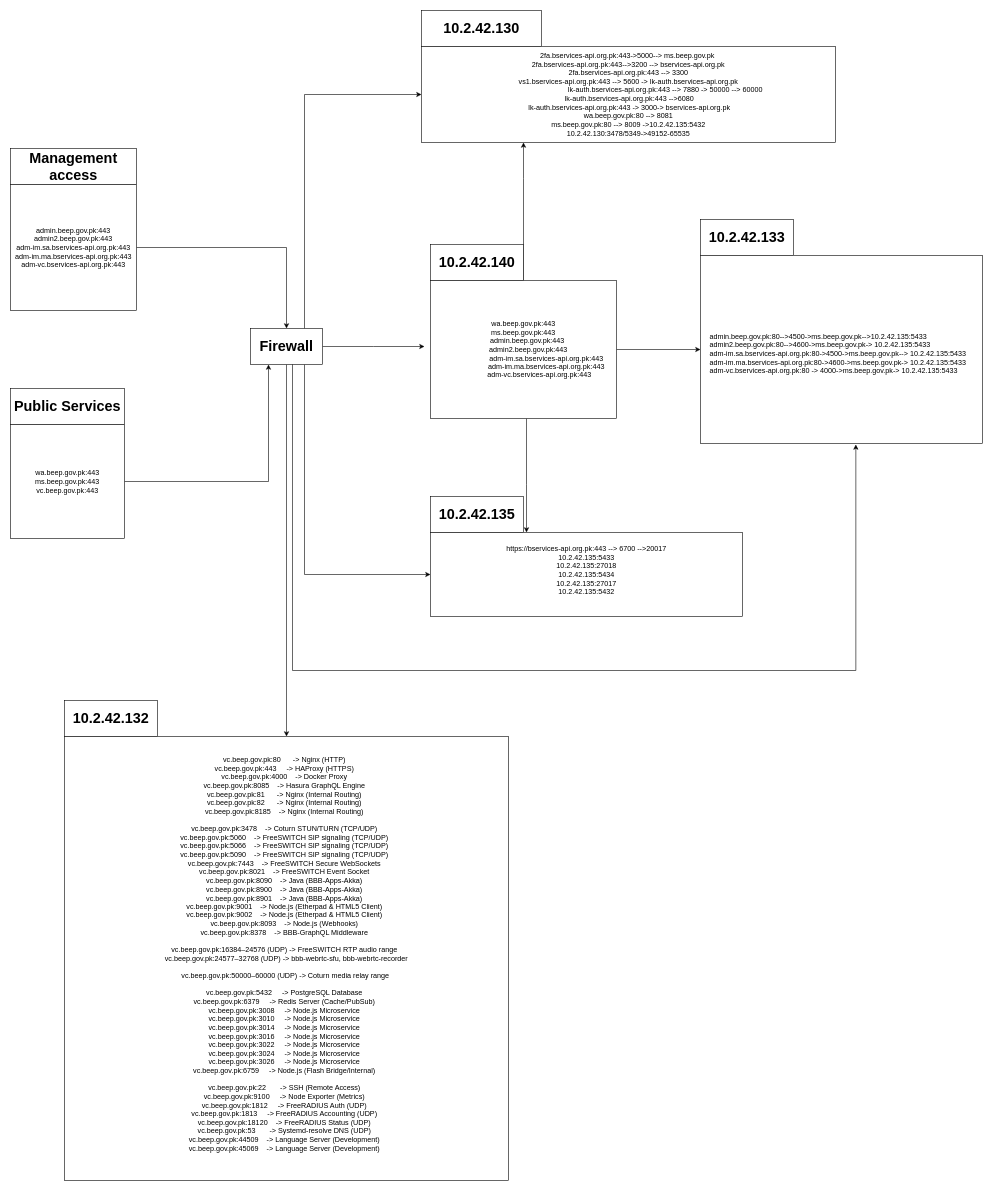
The draw.io diagram Untitled Diagram.drawio in Ahmer-rehman/backend, before the edit. Source tidied: cells renumbered, new cells numbered last; positions are measured from the earlier drawing's top-left corner, leaving out a move shared by most shapes. Both pictures are drawn from the tidied source at 60%, with x=0, y=0 at pixel (10, 10).
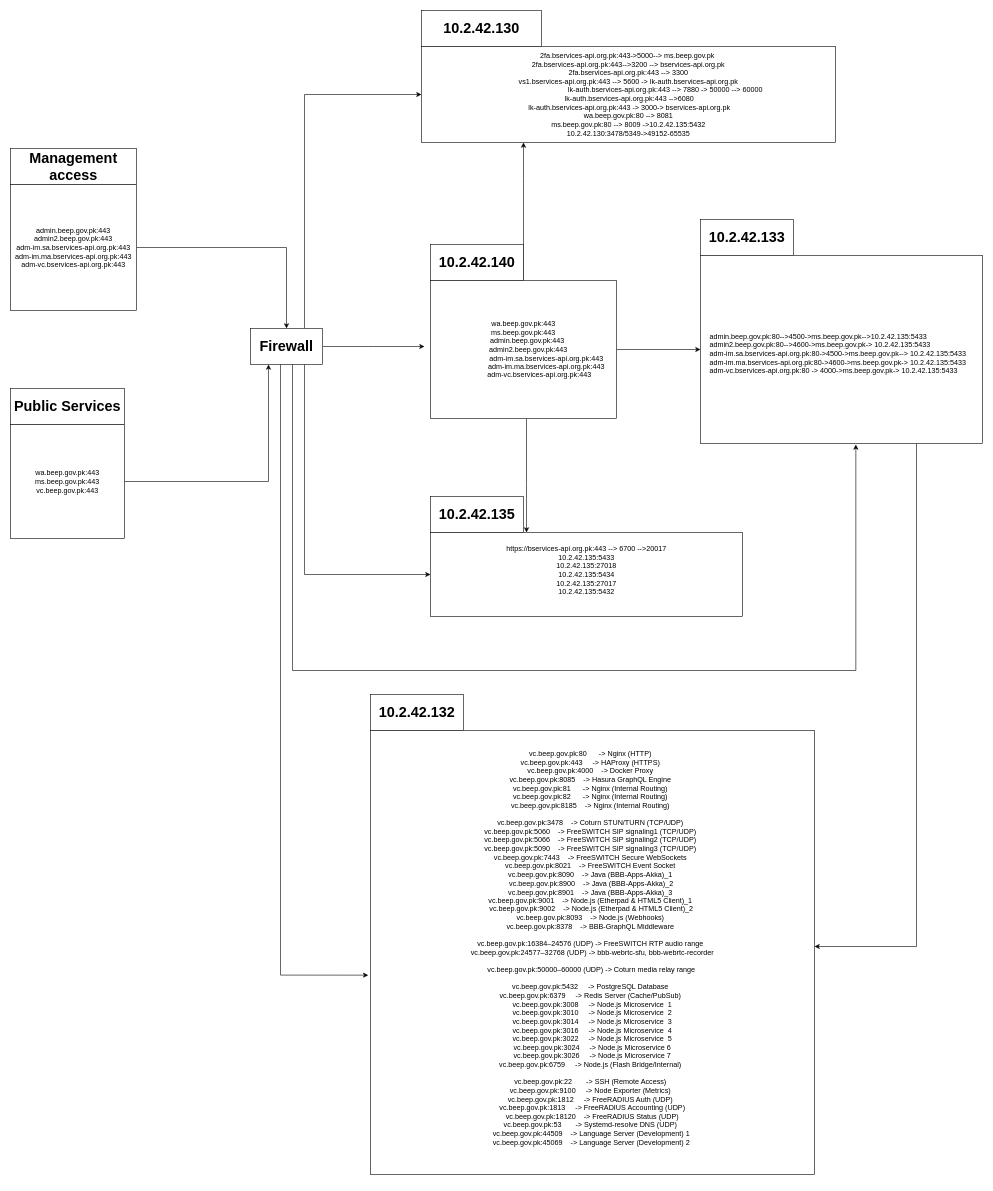
The same diagram, later.

The change refers to these unchanged cells:
```xml
<mxCell id="8" value="&lt;br&gt;&lt;div&gt;&amp;nbsp; &amp;nbsp; admin.beep.gov.pk:80--&amp;gt;4500-&amp;gt;ms.beep.gov.pk--&amp;gt;10.2.42.135:5433&lt;/div&gt;&lt;div&gt;&amp;nbsp; &amp;nbsp; admin2.beep.gov.pk:80--&amp;gt;4600-&amp;gt;ms.beep.gov.pk-&amp;gt; 10.2.42.135:5433&lt;/div&gt;&lt;div&gt;&amp;nbsp; &amp;nbsp; adm-im.sa.bservices-api.org.pk:80-&amp;gt;4500-&amp;gt;ms.beep.gov.pk--&amp;gt; 10.2.42.135:5433&lt;/div&gt;&lt;div&gt;&amp;nbsp; &amp;nbsp; adm-im.ma.bservices-api.org.pk:80-&amp;gt;4600-&amp;gt;ms.beep.gov.pk-&amp;gt; 10.2.42.135:5433&lt;br&gt;&lt;/div&gt;&lt;div&gt;&amp;nbsp; &amp;nbsp; adm-vc.bservices-api.org.pk:80 -&amp;gt; 4000-&amp;gt;ms.beep.gov.pk-&amp;gt; 10.2.42.135:5433&lt;/div&gt;" style="rounded=0;whiteSpace=wrap;html=1;align=left;" parent="1" vertex="1">
  <mxGeometry x="1150" y="408.6" width="470" height="312.8" as="geometry" />
</mxCell>
<mxCell id="23" value="&lt;h1&gt;Firewall&lt;/h1&gt;" style="rounded=0;whiteSpace=wrap;html=1;" parent="1" vertex="1">
  <mxGeometry x="400" y="530" width="120" height="60" as="geometry" />
</mxCell>
```

Diff of the diagram source:
```diff
@@
+    <mxCell id="27" style="edgeStyle=orthogonalEdgeStyle;rounded=0;jettySize=auto;html=1;" parent="1" edge="1" source="8" target="25">
+      <mxGeometry relative="1" as="geometry">
+        <Array as="points">
+          <mxPoint x="1510" y="1560" />
+        </Array>
+      </mxGeometry>
+    </mxCell>
@@
-    <mxCell id="22" style="edgeStyle=orthogonalEdgeStyle;rounded=0;jettySize=auto;html=1;exitX=0.5;exitY=1;exitDx=0;exitDy=0;" parent="1" edge="1" source="23" target="25">
-      <mxGeometry relative="1" as="geometry" />
-    </mxCell>
@@
-    <mxCell id="25" value="&lt;div&gt;vc.beep.gov.pk:80 &amp;nbsp; &amp;nbsp; &amp;nbsp;-&amp;gt; Nginx (HTTP) &amp;nbsp;&lt;/div&gt;&lt;div&gt;vc.beep.gov.pk:443 &amp;nbsp; &amp;nbsp; -&amp;gt; HAProxy (HTTPS) &amp;nbsp;&lt;/div&gt;&lt;div&gt;vc.beep.gov.pk:4000 &amp;nbsp; &amp;nbsp;-&amp;gt; Docker Proxy &amp;nbsp;&lt;/div&gt;&lt;div&gt;vc.beep.gov.pk:8085 &amp;nbsp; &amp;nbsp;-&amp;gt; Hasura GraphQL Engine &amp;nbsp;&lt;/div&gt;&lt;div&gt;vc.beep.gov.pk:81 &amp;nbsp; &amp;nbsp; &amp;nbsp;-&amp;gt; Nginx (Internal Routing) &amp;nbsp;&lt;/div&gt;&lt;div&gt;vc.beep.gov.pk:82 &amp;nbsp; &amp;nbsp; &amp;nbsp;-&amp;gt; Nginx (Internal Routing) &amp;nbsp;&lt;/div&gt;&lt;div&gt;vc.beep.gov.pk:8185 &amp;nbsp; &amp;nbsp;-&amp;gt; Nginx (Internal Routing) &amp;nbsp;&lt;/div&gt;&lt;div&gt;&lt;br&gt;&lt;/div&gt;&lt;div&gt;vc.beep.gov.pk:3478 &amp;nbsp; &amp;nbsp;-&amp;gt; Coturn STUN/TURN (TCP/UDP) &amp;nbsp;&lt;/div&gt;&lt;div&gt;vc.beep.gov.pk:5060 &amp;nbsp; &amp;nbsp;-&amp;gt; FreeSWITCH SIP signaling (TCP/UDP) &amp;nbsp;&lt;/div&gt;&lt;div&gt;vc.beep.gov.pk:5066 &amp;nbsp; &amp;nbsp;-&amp;gt; FreeSWITCH SIP signaling (TCP/UDP) &amp;nbsp;&lt;/div&gt;&lt;div&gt;vc.beep.gov.pk:5090 &amp;nbsp; &amp;nbsp;-&amp;gt; FreeSWITCH SIP signaling (TCP/UDP) &amp;nbsp;&lt;/div&gt;&lt;div&gt;vc.beep.gov.pk:7443 &amp;nbsp; &amp;nbsp;-&amp;gt; FreeSWITCH Secure WebSockets &amp;nbsp;&lt;/div&gt;&lt;div&gt;vc.beep.gov.pk:8021 &amp;nbsp; &amp;nbsp;-&amp;gt; FreeSWITCH Event Socket &amp;nbsp;&lt;/div&gt;&lt;div&gt;vc.beep.gov.pk:8090 &amp;nbsp; &amp;nbsp;-&amp;gt; Java (BBB-Apps-Akka) &amp;nbsp;&lt;/div&gt;&lt;div&gt;vc.beep.gov.pk:8900 &amp;nbsp; &amp;nbsp;-&amp;gt; Java (BBB-Apps-Akka) &amp;nbsp;&lt;/div&gt;&lt;div&gt;vc.beep.gov.pk:8901 &amp;nbsp; &amp;nbsp;-&amp;gt; Java (BBB-Apps-Akka) &amp;nbsp;&lt;/div&gt;&lt;div&gt;vc.beep.gov.pk:9001 &amp;nbsp; &amp;nbsp;-&amp;gt; Node.js (Etherpad &amp;amp; HTML5 Client) &amp;nbsp;&lt;/div&gt;&lt;div&gt;vc.beep.gov.pk:9002 &amp;nbsp; &amp;nbsp;-&amp;gt; Node.js (Etherpad &amp;amp; HTML5 Client) &amp;nbsp;&lt;/div&gt;&lt;div&gt;vc.beep.gov.pk:8093 &amp;nbsp; &amp;nbsp;-&amp;gt; Node.js (Webhooks) &amp;nbsp;&lt;/div&gt;&lt;div&gt;vc.beep.gov.pk:8378 &amp;nbsp; &amp;nbsp;-&amp;gt; BBB-GraphQL Middleware &amp;nbsp;&lt;/div&gt;&lt;div&gt;&lt;br&gt;&lt;/div&gt;&lt;div&gt;vc.beep.gov.pk:16384–24576 (UDP) -&amp;gt; FreeSWITCH RTP audio range &amp;nbsp;&lt;/div&gt;&lt;div&gt;vc.beep.gov.pk:24577–32768 (UDP) -&amp;gt; bbb-webrtc-sfu, bbb-webrtc-recorder&lt;/div&gt;&lt;div&gt;&lt;br&gt;&lt;/div&gt;&lt;div&gt;vc.beep.gov.pk:50000–60000 (UDP) -&amp;gt; Coturn media relay range&amp;nbsp;&lt;/div&gt;&lt;div&gt;&lt;br&gt;&lt;/div&gt;&lt;div&gt;vc.beep.gov.pk:5432 &amp;nbsp; &amp;nbsp; -&amp;gt; PostgreSQL Database &amp;nbsp;&lt;/div&gt;&lt;div&gt;vc.beep.gov.pk:6379 &amp;nbsp; &amp;nbsp; -&amp;gt; Redis Server (Cache/PubSub) &amp;nbsp;&lt;/div&gt;&lt;div&gt;vc.beep.gov.pk:3008 &amp;nbsp; &amp;nbsp; -&amp;gt; Node.js Microservice &amp;nbsp;&lt;/div&gt;&lt;div&gt;vc.beep.gov.pk:3010 &amp;nbsp; &amp;nbsp; -&amp;gt; Node.js Microservice &amp;nbsp;&lt;/div&gt;&lt;div&gt;vc.beep.gov.pk:3014 &amp;nbsp; &amp;nbsp; -&amp;gt; Node.js Microservice &amp;nbsp;&lt;/div&gt;&lt;div&gt;vc.beep.gov.pk:3016 &amp;nbsp; &amp;nbsp; -&amp;gt; Node.js Microservice &amp;nbsp;&lt;/div&gt;&lt;div&gt;vc.beep.gov.pk:3022 &amp;nbsp; &amp;nbsp; -&amp;gt; Node.js Microservice &amp;nbsp;&lt;/div&gt;&lt;div&gt;vc.beep.gov.pk:3024 &amp;nbsp; &amp;nbsp; -&amp;gt; Node.js Microservice &amp;nbsp;&lt;/div&gt;&lt;div&gt;vc.beep.gov.pk:3026 &amp;nbsp; &amp;nbsp; -&amp;gt; Node.js Microservice &amp;nbsp;&lt;/div&gt;&lt;div&gt;vc.beep.gov.pk:6759 &amp;nbsp; &amp;nbsp; -&amp;gt; Node.js (Flash Bridge/Internal) &amp;nbsp;&lt;/div&gt;&lt;div&gt;&lt;br&gt;&lt;/div&gt;&lt;div&gt;vc.beep.gov.pk:22 &amp;nbsp; &amp;nbsp; &amp;nbsp; -&amp;gt; SSH (Remote Access) &amp;nbsp;&lt;/div&gt;&lt;div&gt;vc.beep.gov.pk:9100 &amp;nbsp; &amp;nbsp; -&amp;gt; Node Exporter (Metrics) &amp;nbsp;&lt;/div&gt;&lt;div&gt;vc.beep.gov.pk:1812 &amp;nbsp; &amp;nbsp; -&amp;gt; FreeRADIUS Auth (UDP) &amp;nbsp;&lt;/div&gt;&lt;div&gt;vc.beep.gov.pk:1813 &amp;nbsp; &amp;nbsp; -&amp;gt; FreeRADIUS Accounting (UDP) &amp;nbsp;&lt;/div&gt;&lt;div&gt;vc.beep.gov.pk:18120 &amp;nbsp; &amp;nbsp;-&amp;gt; FreeRADIUS Status (UDP) &amp;nbsp;&lt;/div&gt;&lt;div&gt;vc.beep.gov.pk:53 &amp;nbsp; &amp;nbsp; &amp;nbsp; -&amp;gt; Systemd-resolve DNS (UDP) &amp;nbsp;&lt;/div&gt;&lt;div&gt;vc.beep.gov.pk:44509 &amp;nbsp; &amp;nbsp;-&amp;gt; Language Server (Development) &amp;nbsp;&lt;/div&gt;&lt;div&gt;vc.beep.gov.pk:45069 &amp;nbsp; &amp;nbsp;-&amp;gt; Language Server (Development) &amp;nbsp;&lt;/div&gt;&lt;div&gt;&lt;br&gt;&lt;/div&gt;" style="whiteSpace=wrap;html=1;" parent="1" vertex="1">
-      <mxGeometry x="90" y="1210" width="740" height="740" as="geometry" />
+    <mxCell id="25" value="&lt;div&gt;vc.beep.gov.pk:80 &amp;nbsp; &amp;nbsp; &amp;nbsp;-&amp;gt; Nginx (HTTP) &amp;nbsp;&lt;/div&gt;&lt;div&gt;vc.beep.gov.pk:443 &amp;nbsp; &amp;nbsp; -&amp;gt; HAProxy (HTTPS) &amp;nbsp;&lt;/div&gt;&lt;div&gt;vc.beep.gov.pk:4000 &amp;nbsp; &amp;nbsp;-&amp;gt; Docker Proxy &amp;nbsp;&lt;/div&gt;&lt;div&gt;vc.beep.gov.pk:8085 &amp;nbsp; &amp;nbsp;-&amp;gt; Hasura GraphQL Engine &amp;nbsp;&lt;/div&gt;&lt;div&gt;vc.beep.gov.pk:81 &amp;nbsp; &amp;nbsp; &amp;nbsp;-&amp;gt; Nginx (Internal Routing) &amp;nbsp;&lt;/div&gt;&lt;div&gt;vc.beep.gov.pk:82 &amp;nbsp; &amp;nbsp; &amp;nbsp;-&amp;gt; Nginx (Internal Routing) &amp;nbsp;&lt;/div&gt;&lt;div&gt;vc.beep.gov.pk:8185 &amp;nbsp; &amp;nbsp;-&amp;gt; Nginx (Internal Routing) &amp;nbsp;&lt;/div&gt;&lt;div&gt;&lt;br&gt;&lt;/div&gt;&lt;div&gt;vc.beep.gov.pk:3478 &amp;nbsp; &amp;nbsp;-&amp;gt; Coturn STUN/TURN (TCP/UDP) &amp;nbsp;&lt;/div&gt;&lt;div&gt;vc.beep.gov.pk:5060 &amp;nbsp; &amp;nbsp;-&amp;gt; FreeSWITCH SIP signaling1 (TCP/UDP) &amp;nbsp;&lt;/div&gt;&lt;div&gt;vc.beep.gov.pk:5066 &amp;nbsp; &amp;nbsp;-&amp;gt; FreeSWITCH SIP signaling2 (TCP/UDP) &amp;nbsp;&lt;/div&gt;&lt;div&gt;vc.beep.gov.pk:5090 &amp;nbsp; &amp;nbsp;-&amp;gt; FreeSWITCH SIP signaling3 (TCP/UDP) &amp;nbsp;&lt;/div&gt;&lt;div&gt;vc.beep.gov.pk:7443 &amp;nbsp; &amp;nbsp;-&amp;gt; FreeSWITCH Secure WebSockets &amp;nbsp;&lt;/div&gt;&lt;div&gt;vc.beep.gov.pk:8021 &amp;nbsp; &amp;nbsp;-&amp;gt; FreeSWITCH Event Socket &amp;nbsp;&lt;/div&gt;&lt;div&gt;vc.beep.gov.pk:8090 &amp;nbsp; &amp;nbsp;-&amp;gt; Java (BBB-Apps-Akka)_1 &amp;nbsp;&lt;/div&gt;&lt;div&gt;vc.beep.gov.pk:8900 &amp;nbsp; &amp;nbsp;-&amp;gt; Java (BBB-Apps-Akka)_2&amp;nbsp;&lt;/div&gt;&lt;div&gt;vc.beep.gov.pk:8901 &amp;nbsp; &amp;nbsp;-&amp;gt; Java (BBB-Apps-Akka)_3 &amp;nbsp;&lt;/div&gt;&lt;div&gt;vc.beep.gov.pk:9001 &amp;nbsp; &amp;nbsp;-&amp;gt; Node.js (Etherpad &amp;amp; HTML5 Client)_1 &amp;nbsp;&lt;/div&gt;&lt;div&gt;vc.beep.gov.pk:9002 &amp;nbsp; &amp;nbsp;-&amp;gt; Node.js (Etherpad &amp;amp; HTML5 Client)_2&amp;nbsp;&lt;/div&gt;&lt;div&gt;vc.beep.gov.pk:8093 &amp;nbsp; &amp;nbsp;-&amp;gt; Node.js (Webhooks) &amp;nbsp;&lt;/div&gt;&lt;div&gt;vc.beep.gov.pk:8378 &amp;nbsp; &amp;nbsp;-&amp;gt; BBB-GraphQL Middleware &amp;nbsp;&lt;/div&gt;&lt;div&gt;&lt;br&gt;&lt;/div&gt;&lt;div&gt;vc.beep.gov.pk:16384–24576 (UDP) -&amp;gt; FreeSWITCH RTP audio range &amp;nbsp;&lt;/div&gt;&lt;div&gt;vc.beep.gov.pk:24577–32768 (UDP) -&amp;gt; bbb-webrtc-sfu, bbb-webrtc-recorder&lt;/div&gt;&lt;div&gt;&lt;br&gt;&lt;/div&gt;&lt;div&gt;vc.beep.gov.pk:50000–60000 (UDP) -&amp;gt; Coturn media relay range&amp;nbsp;&lt;/div&gt;&lt;div&gt;&lt;br&gt;&lt;/div&gt;&lt;div&gt;vc.beep.gov.pk:5432 &amp;nbsp; &amp;nbsp; -&amp;gt; PostgreSQL Database &amp;nbsp;&lt;/div&gt;&lt;div&gt;vc.beep.gov.pk:6379 &amp;nbsp; &amp;nbsp; -&amp;gt; Redis Server (Cache/PubSub) &amp;nbsp;&lt;/div&gt;&lt;div&gt;vc.beep.gov.pk:3008 &amp;nbsp; &amp;nbsp; -&amp;gt; Node.js Microservice &amp;nbsp;1&lt;/div&gt;&lt;div&gt;vc.beep.gov.pk:3010 &amp;nbsp; &amp;nbsp; -&amp;gt; Node.js Microservice &amp;nbsp;2&lt;/div&gt;&lt;div&gt;vc.beep.gov.pk:3014 &amp;nbsp; &amp;nbsp; -&amp;gt; Node.js Microservice &amp;nbsp;3&lt;/div&gt;&lt;div&gt;vc.beep.gov.pk:3016 &amp;nbsp; &amp;nbsp; -&amp;gt; Node.js Microservice &amp;nbsp;4&lt;/div&gt;&lt;div&gt;vc.beep.gov.pk:3022 &amp;nbsp; &amp;nbsp; -&amp;gt; Node.js Microservice &amp;nbsp;5&lt;/div&gt;&lt;div&gt;vc.beep.gov.pk:3024 &amp;nbsp; &amp;nbsp; -&amp;gt; Node.js Microservice 6&lt;/div&gt;&lt;div&gt;vc.beep.gov.pk:3026 &amp;nbsp; &amp;nbsp; -&amp;gt; Node.js Microservice 7&lt;/div&gt;&lt;div&gt;vc.beep.gov.pk:6759 &amp;nbsp; &amp;nbsp; -&amp;gt; Node.js (Flash Bridge/Internal) &amp;nbsp;&lt;/div&gt;&lt;div&gt;&lt;br&gt;&lt;/div&gt;&lt;div&gt;vc.beep.gov.pk:22 &amp;nbsp; &amp;nbsp; &amp;nbsp; -&amp;gt; SSH (Remote Access) &amp;nbsp;&lt;/div&gt;&lt;div&gt;vc.beep.gov.pk:9100 &amp;nbsp; &amp;nbsp; -&amp;gt; Node Exporter (Metrics) &amp;nbsp;&lt;/div&gt;&lt;div&gt;vc.beep.gov.pk:1812 &amp;nbsp; &amp;nbsp; -&amp;gt; FreeRADIUS Auth (UDP) &amp;nbsp;&lt;/div&gt;&lt;div&gt;vc.beep.gov.pk:1813 &amp;nbsp; &amp;nbsp; -&amp;gt; FreeRADIUS Accounting (UDP)&lt;/div&gt;&lt;div&gt;vc.beep.gov.pk:18120 &amp;nbsp; &amp;nbsp;-&amp;gt; FreeRADIUS Status (UDP)&lt;/div&gt;&lt;div&gt;vc.beep.gov.pk:53 &amp;nbsp; &amp;nbsp; &amp;nbsp; -&amp;gt; Systemd-resolve DNS (UDP) &amp;nbsp;&lt;/div&gt;&lt;div&gt;vc.beep.gov.pk:44509 &amp;nbsp; &amp;nbsp;-&amp;gt; Language Server (Development) 1&amp;nbsp;&lt;/div&gt;&lt;div&gt;vc.beep.gov.pk:45069 &amp;nbsp; &amp;nbsp;-&amp;gt; Language Server (Development) 2&amp;nbsp;&lt;/div&gt;&lt;div&gt;&lt;br&gt;&lt;/div&gt;" style="whiteSpace=wrap;html=1;" parent="1" vertex="1">
+      <mxGeometry x="600" y="1200" width="740" height="740" as="geometry" />
     </mxCell>
     <mxCell id="26" value="&lt;h1&gt;&lt;b&gt;10.2.42.132&lt;/b&gt;&lt;/h1&gt;" style="whiteSpace=wrap;html=1;" parent="1" vertex="1">
-      <mxGeometry x="90" y="1150" width="155" height="60" as="geometry" />
+      <mxGeometry x="600" y="1140" width="155" height="60" as="geometry" />
     </mxCell>
+    <mxCell id="22" style="edgeStyle=orthogonalEdgeStyle;rounded=0;jettySize=auto;html=1;entryX=-0.005;entryY=0.551;entryDx=0;entryDy=0;entryPerimeter=0;" parent="1" edge="1" source="23" target="25">
+      <mxGeometry relative="1" as="geometry">
+        <Array as="points">
+          <mxPoint x="450" y="1608" />
+        </Array>
+      </mxGeometry>
+    </mxCell>
```
